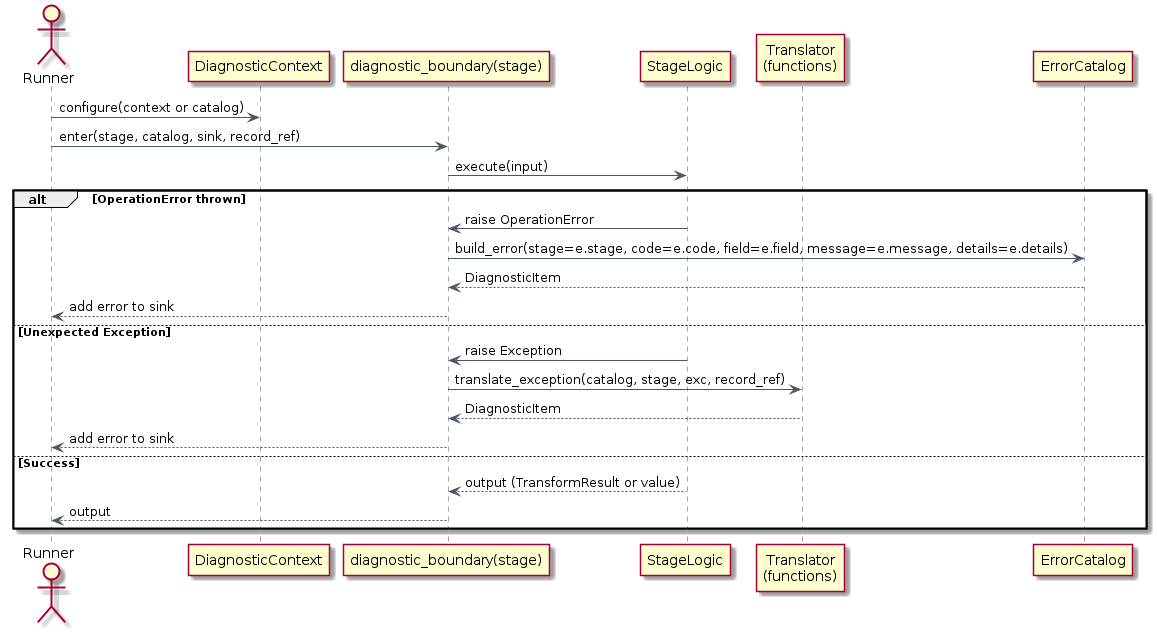
This is docs/uml/pipeline/diagnostic_layer/diagnostic_layer_sequence.png from xORex-LC/nexus-etl, a PlantUML export, as it was before one commit. Its source is kept beside it as docs/uml/pipeline/diagnostic_layer/diagnostic_layer_sequence.puml.
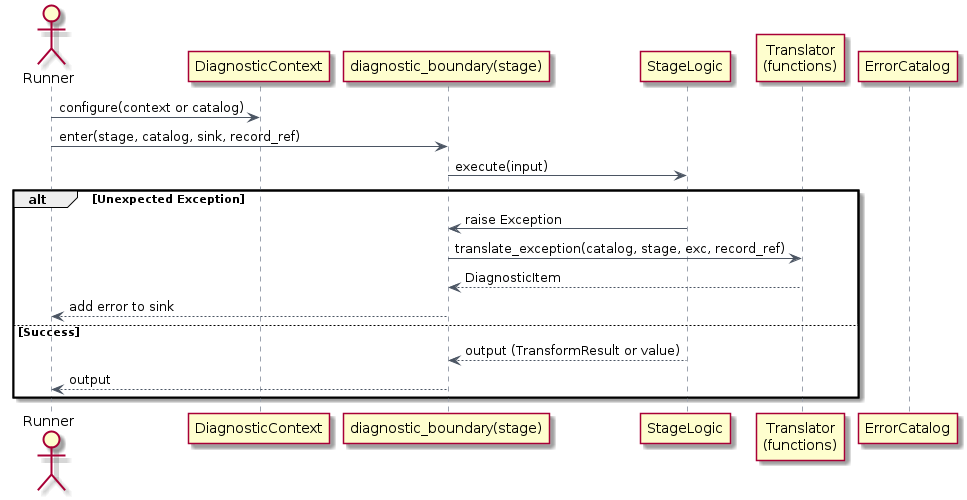
Above is the later version.

The edit, as a diff of the source:
```diff
@@ -15,12 +15,7 @@
 R -> B : enter(stage, catalog, sink, record_ref)
 B -> S : execute(input)
 
-alt OperationError thrown
-  S -> B : raise OperationError
-  B -> Cat : build_error(stage=e.stage, code=e.code, field=e.field, message=e.message, details=e.details)
-  Cat --> B : DiagnosticItem
-  B --> R : add error to sink
-else Unexpected Exception
+alt Unexpected Exception
   S -> B : raise Exception
   B -> T : translate_exception(catalog, stage, exc, record_ref)
   T --> B : DiagnosticItem
```
